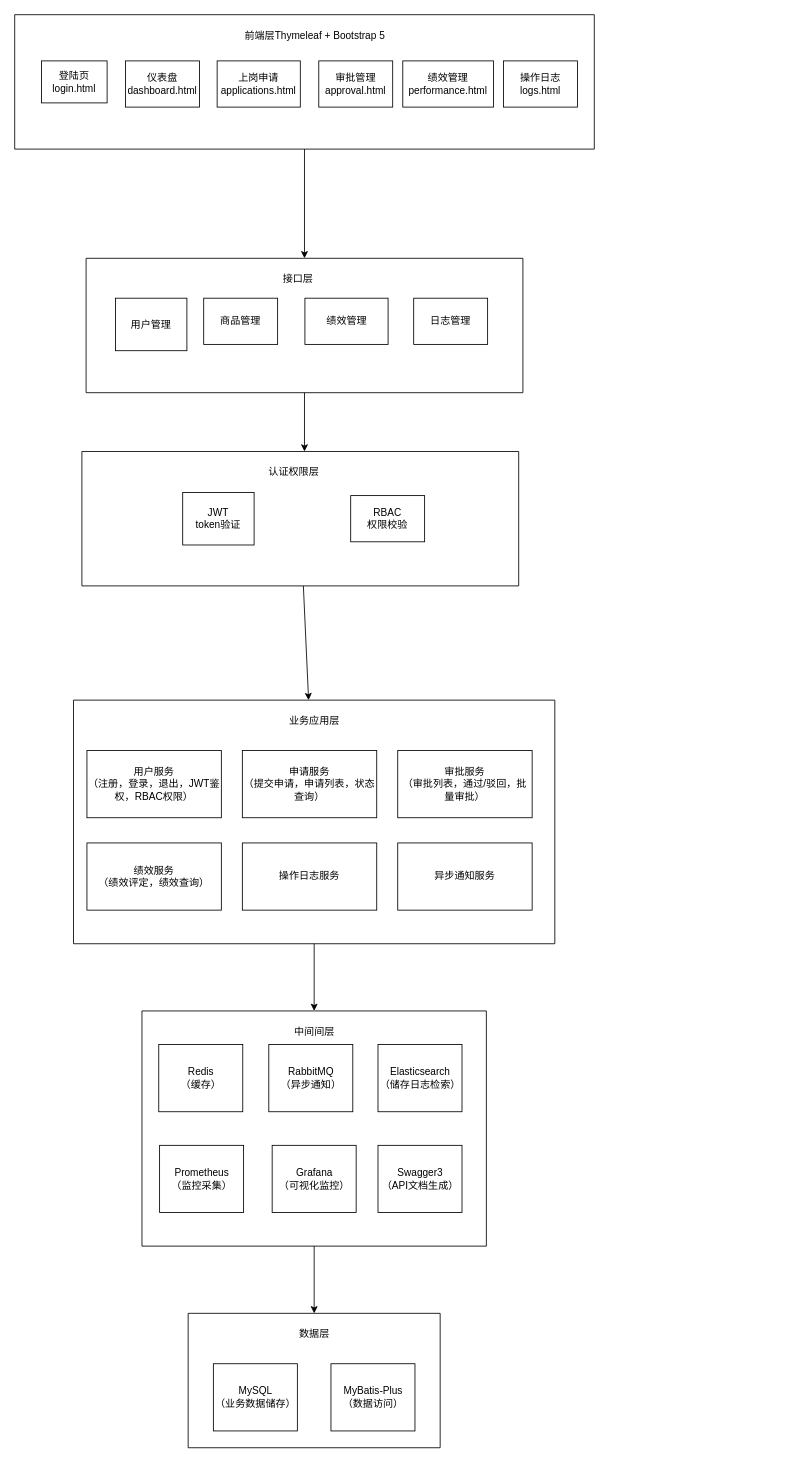
WuYi456/outsourcing-mis keeps this draw.io diagram as 系统软件架构图.drawio. Above is the earlier version. Source tidied: cells renumbered, new cells numbered last; positions are measured from the earlier drawing's top-left corner, leaving out a move shared by most shapes. Both pictures are drawn from the tidied source at 84%, with x=0, y=0 at pixel (14, 14).
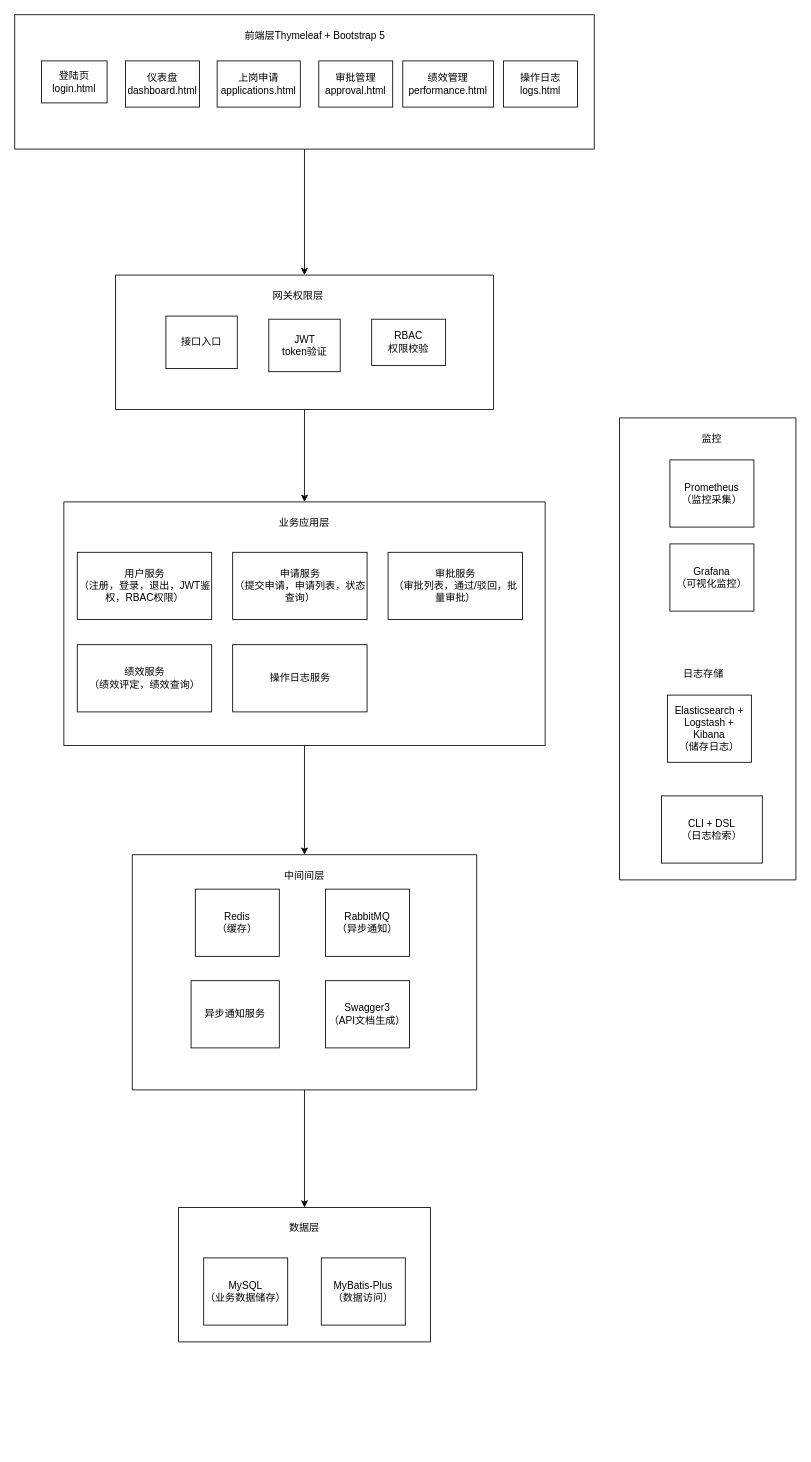
Above is the later version.

Unchanged cells that the change refers to:
```xml
<mxCell id="2" style="swimlane;startSize=0;" parent="1" vertex="1">
  <mxGeometry width="690" height="160" as="geometry" />
</mxCell>
```

Diff of the diagram source:
```diff
@@
     <mxCell id="10" style="swimlane;startSize=0;" parent="1" vertex="1">
-      <mxGeometry x="70" y="816" width="573" height="290" as="geometry" />
+      <mxGeometry x="58.5" y="580" width="573" height="290" as="geometry" />
     </mxCell>
@@
-    <mxCell id="17" value="异步通知服务" style="whiteSpace=wrap;html=1;" parent="10" vertex="1">
-      <mxGeometry x="386" y="170" width="160" height="80" as="geometry" />
-    </mxCell>
     <mxCell id="18" style="swimlane;startSize=0;" parent="1" vertex="1">
-      <mxGeometry x="151.5" y="1186" width="410" height="280" as="geometry" />
+      <mxGeometry x="140" y="1000" width="410" height="280" as="geometry" />
     </mxCell>
@@
     <mxCell id="20" value="Redis&lt;div&gt;（缓存）&lt;/div&gt;" style="whiteSpace=wrap;html=1;" parent="18" vertex="1">
-      <mxGeometry x="20" y="40" width="100" height="80" as="geometry" />
+      <mxGeometry x="75" y="41" width="100" height="80" as="geometry" />
     </mxCell>
     <mxCell id="21" value="RabbitMQ&lt;br&gt;&lt;div&gt;（异步通知）&lt;/div&gt;" style="whiteSpace=wrap;html=1;" parent="18" vertex="1">
-      <mxGeometry x="151" y="40" width="100" height="80" as="geometry" />
+      <mxGeometry x="230" y="41" width="100" height="80" as="geometry" />
     </mxCell>
-    <mxCell id="22" value="Elasticsearch&lt;br&gt;&lt;div&gt;（储存日志检索）&lt;/div&gt;" style="whiteSpace=wrap;html=1;" parent="18" vertex="1">
-      <mxGeometry x="281" y="40" width="100" height="80" as="geometry" />
-    </mxCell>
-    <mxCell id="23" value="Prometheus&lt;div&gt;（监控采集）&lt;/div&gt;" style="whiteSpace=wrap;html=1;" parent="18" vertex="1">
-      <mxGeometry x="21" y="160" width="100" height="80" as="geometry" />
-    </mxCell>
-    <mxCell id="24" value="Grafana&lt;div&gt;（可视化监控）&lt;/div&gt;" style="whiteSpace=wrap;html=1;" parent="18" vertex="1">
-      <mxGeometry x="155" y="160" width="100" height="80" as="geometry" />
-    </mxCell>
     <mxCell id="25" value="Swagger3&lt;div&gt;（API文档生成）&lt;/div&gt;" style="whiteSpace=wrap;html=1;" parent="18" vertex="1">
-      <mxGeometry x="281" y="160" width="100" height="80" as="geometry" />
+      <mxGeometry x="230" y="150" width="100" height="80" as="geometry" />
     </mxCell>
+    <mxCell id="17" value="异步通知服务" style="whiteSpace=wrap;html=1;" parent="18" vertex="1">
+      <mxGeometry x="70" y="150" width="105" height="80" as="geometry" />
+    </mxCell>
     <mxCell id="26" style="swimlane;startSize=0;" parent="1" vertex="1">
-      <mxGeometry x="206.5" y="1546" width="300" height="160" as="geometry" />
+      <mxGeometry x="195" y="1420" width="300" height="160" as="geometry" />
     </mxCell>
@@
-    <mxCell id="30" style="endArrow=classic;html=1;rounded=0;" parent="1" edge="1" source="2" target="33">
+    <mxCell id="30" style="endArrow=classic;html=1;rounded=0;" parent="1" edge="1" source="2" target="40">
       <mxGeometry relative="1" as="geometry" />
     </mxCell>
@@
-    <mxCell id="33" style="swimlane;startSize=0;" parent="1" vertex="1">
-      <mxGeometry x="85" y="290" width="520" height="160" as="geometry" />
-    </mxCell>
-    <mxCell id="34" value="接口层" style="text;html=1;whiteSpace=wrap;strokeColor=none;fillColor=none;align=center;verticalAlign=middle;rounded=0;" parent="33" vertex="1">
-      <mxGeometry x="165" y="10" width="175" height="30" as="geometry" />
-    </mxCell>
-    <mxCell id="35" value="商品管理" style="whiteSpace=wrap;html=1;" parent="33" vertex="1">
-      <mxGeometry x="140" y="47.5" width="88" height="55" as="geometry" />
-    </mxCell>
-    <mxCell id="36" value="用户管理" style="whiteSpace=wrap;html=1;" parent="33" vertex="1">
-      <mxGeometry x="35" y="47.5" width="85" height="62.5" as="geometry" />
-    </mxCell>
-    <mxCell id="37" value="绩效管理" style="whiteSpace=wrap;html=1;" parent="33" vertex="1">
-      <mxGeometry x="260.5" y="47.5" width="99" height="55" as="geometry" />
-    </mxCell>
-    <mxCell id="38" value="日志管理" style="whiteSpace=wrap;html=1;" parent="33" vertex="1">
-      <mxGeometry x="390" y="47.5" width="88" height="55" as="geometry" />
-    </mxCell>
-    <mxCell id="39" style="endArrow=classic;html=1;rounded=0;" parent="1" edge="1" source="33">
-      <mxGeometry relative="1" as="geometry">
-        <mxPoint x="345" y="520" as="targetPoint" />
-      </mxGeometry>
-    </mxCell>
     <mxCell id="40" style="swimlane;startSize=0;" parent="1" vertex="1">
-      <mxGeometry x="80" y="520" width="520" height="160" as="geometry" />
+      <mxGeometry x="120" y="310" width="450" height="160" as="geometry" />
     </mxCell>
-    <mxCell id="41" value="认证权限层" style="text;html=1;whiteSpace=wrap;strokeColor=none;fillColor=none;align=center;verticalAlign=middle;rounded=0;" parent="40" vertex="1">
-      <mxGeometry x="165" y="10" width="175" height="30" as="geometry" />
+    <mxCell id="41" value="网关权限层" style="text;html=1;whiteSpace=wrap;strokeColor=none;fillColor=none;align=center;verticalAlign=middle;rounded=0;" parent="40" vertex="1">
+      <mxGeometry x="130" y="10" width="175" height="30" as="geometry" />
     </mxCell>
     <mxCell id="42" value="RBAC&lt;div&gt;权限校验&lt;/div&gt;" style="whiteSpace=wrap;html=1;" parent="40" vertex="1">
-      <mxGeometry x="320" y="52.5" width="88" height="55" as="geometry" />
+      <mxGeometry x="305" y="52.5" width="88" height="55" as="geometry" />
     </mxCell>
     <mxCell id="43" value="JWT&lt;div&gt;token验证&lt;/div&gt;" style="whiteSpace=wrap;html=1;" parent="40" vertex="1">
-      <mxGeometry x="120" y="48.8" width="85" height="62.5" as="geometry" />
+      <mxGeometry x="182.5" y="52.5" width="85" height="62.5" as="geometry" />
     </mxCell>
+    <mxCell id="45" value="接口入口" style="whiteSpace=wrap;html=1;" parent="40" vertex="1">
+      <mxGeometry x="60" y="48.8" width="85" height="62.5" as="geometry" />
+    </mxCell>
@@
+    <mxCell id="46" style="swimlane;startSize=0;" parent="1" vertex="1">
+      <mxGeometry x="720" y="480" width="210" height="550" as="geometry" />
+    </mxCell>
+    <mxCell id="47" value="监控" style="text;html=1;whiteSpace=wrap;strokeColor=none;fillColor=none;align=center;verticalAlign=middle;rounded=0;" parent="46" vertex="1">
+      <mxGeometry x="80" y="10" width="60" height="30" as="geometry" />
+    </mxCell>
+    <mxCell id="23" value="Prometheus&lt;div&gt;（监控采集）&lt;/div&gt;" style="whiteSpace=wrap;html=1;" parent="46" vertex="1">
+      <mxGeometry x="60" y="50" width="100" height="80" as="geometry" />
+    </mxCell>
+    <mxCell id="24" value="Grafana&lt;div&gt;（可视化监控）&lt;/div&gt;" style="whiteSpace=wrap;html=1;" parent="46" vertex="1">
+      <mxGeometry x="60" y="150" width="100" height="80" as="geometry" />
+    </mxCell>
+    <mxCell id="48" value="日志存储" style="text;html=1;whiteSpace=wrap;strokeColor=none;fillColor=none;align=center;verticalAlign=middle;rounded=0;" parent="46" vertex="1">
+      <mxGeometry x="70" y="290" width="60" height="30" as="geometry" />
+    </mxCell>
+    <mxCell id="22" value="Elasticsearch + Logstash + Kibana&lt;br&gt;&lt;div&gt;（储存日志）&lt;/div&gt;" style="whiteSpace=wrap;html=1;" parent="46" vertex="1">
+      <mxGeometry x="57" y="330" width="100" height="80" as="geometry" />
+    </mxCell>
+    <mxCell id="49" value="CLI + DSL&lt;br&gt;&lt;div&gt;（日志检索）&lt;/div&gt;" style="whiteSpace=wrap;html=1;" parent="46" vertex="1">
+      <mxGeometry x="50" y="450" width="120" height="80" as="geometry" />
+    </mxCell>
```
